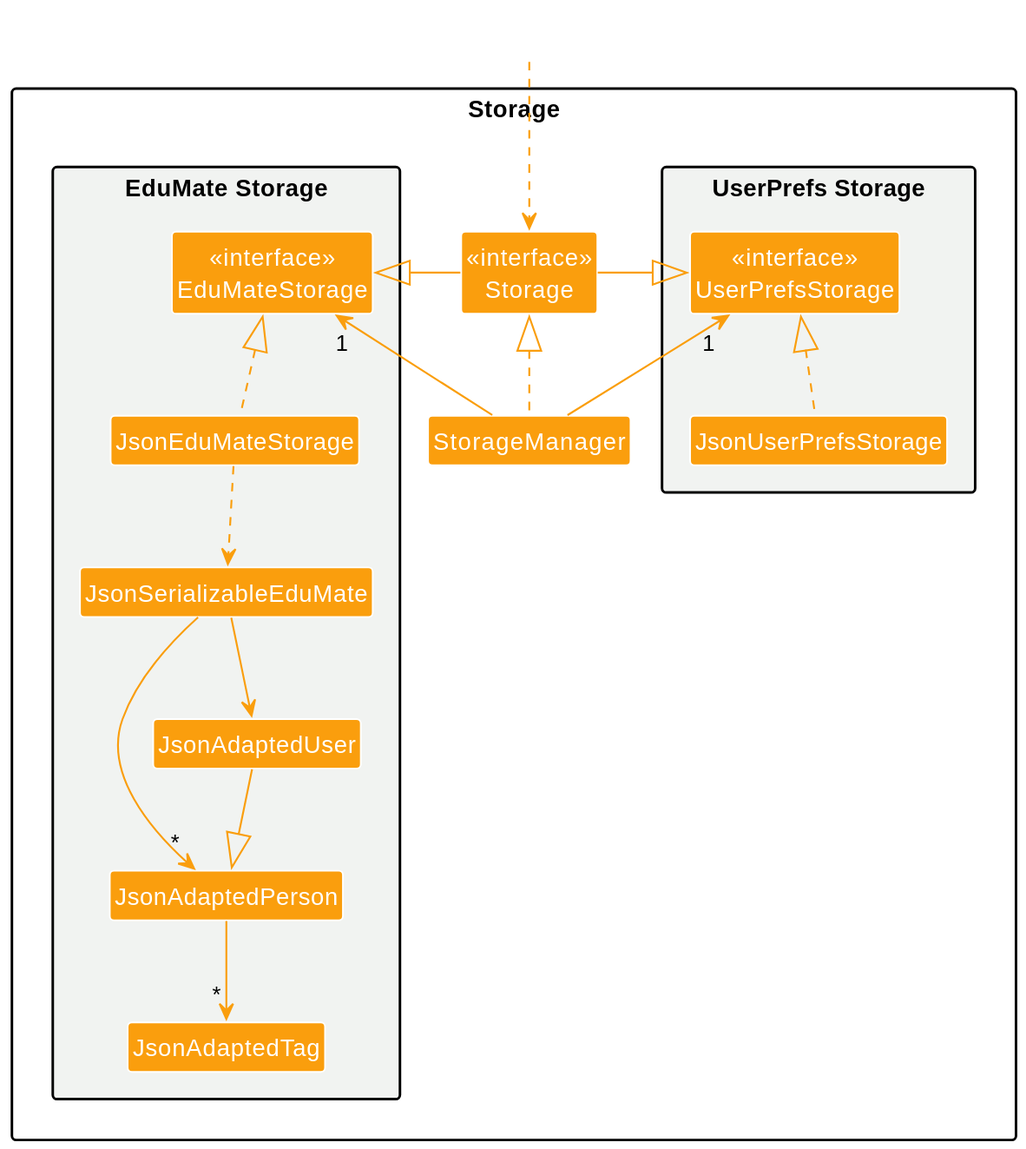
This is docs/images/StorageClassDiagram.svg from nus-cs2103-AY2223S2/tp, a PlantUML export, as it was before one commit.
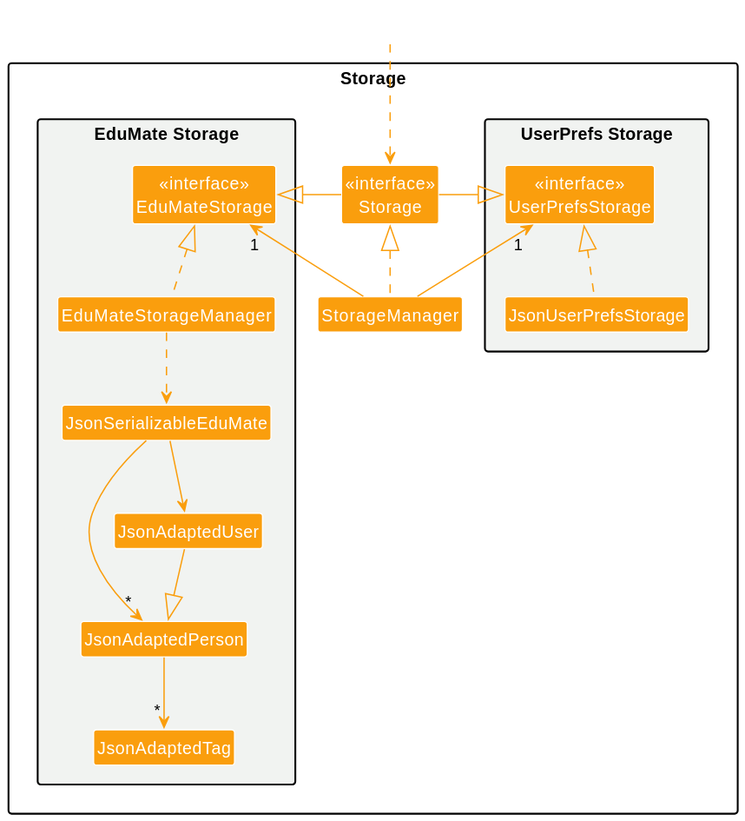
Later version of the same file.

What changed in the source:
```diff
@@ -16,7 +16,7 @@
 
 package "EduMate Storage" MAIN_COLOR_BACKGROUND {
 Class "<<interface>>\nEduMateStorage" as EduMateStorage
-Class JsonEduMateStorage
+Class EduMateStorageManager
 Class JsonSerializableEduMate
 Class JsonAdaptedPerson
 Class JsonAdaptedUser
@@ -36,8 +36,8 @@
 Storage1 -right-|> EduMateStorage
 
 JsonUserPrefsStorage .up.|> UserPrefsStorage
-JsonEduMateStorage .up.|> EduMateStorage
-JsonEduMateStorage ..> JsonSerializableEduMate
+EduMateStorageManager .up.|> EduMateStorage
+EduMateStorageManager ..> JsonSerializableEduMate
 JsonSerializableEduMate --> "*" JsonAdaptedPerson
 JsonSerializableEduMate --> JsonAdaptedUser
 JsonAdaptedPerson --> "*" JsonAdaptedTag
```
